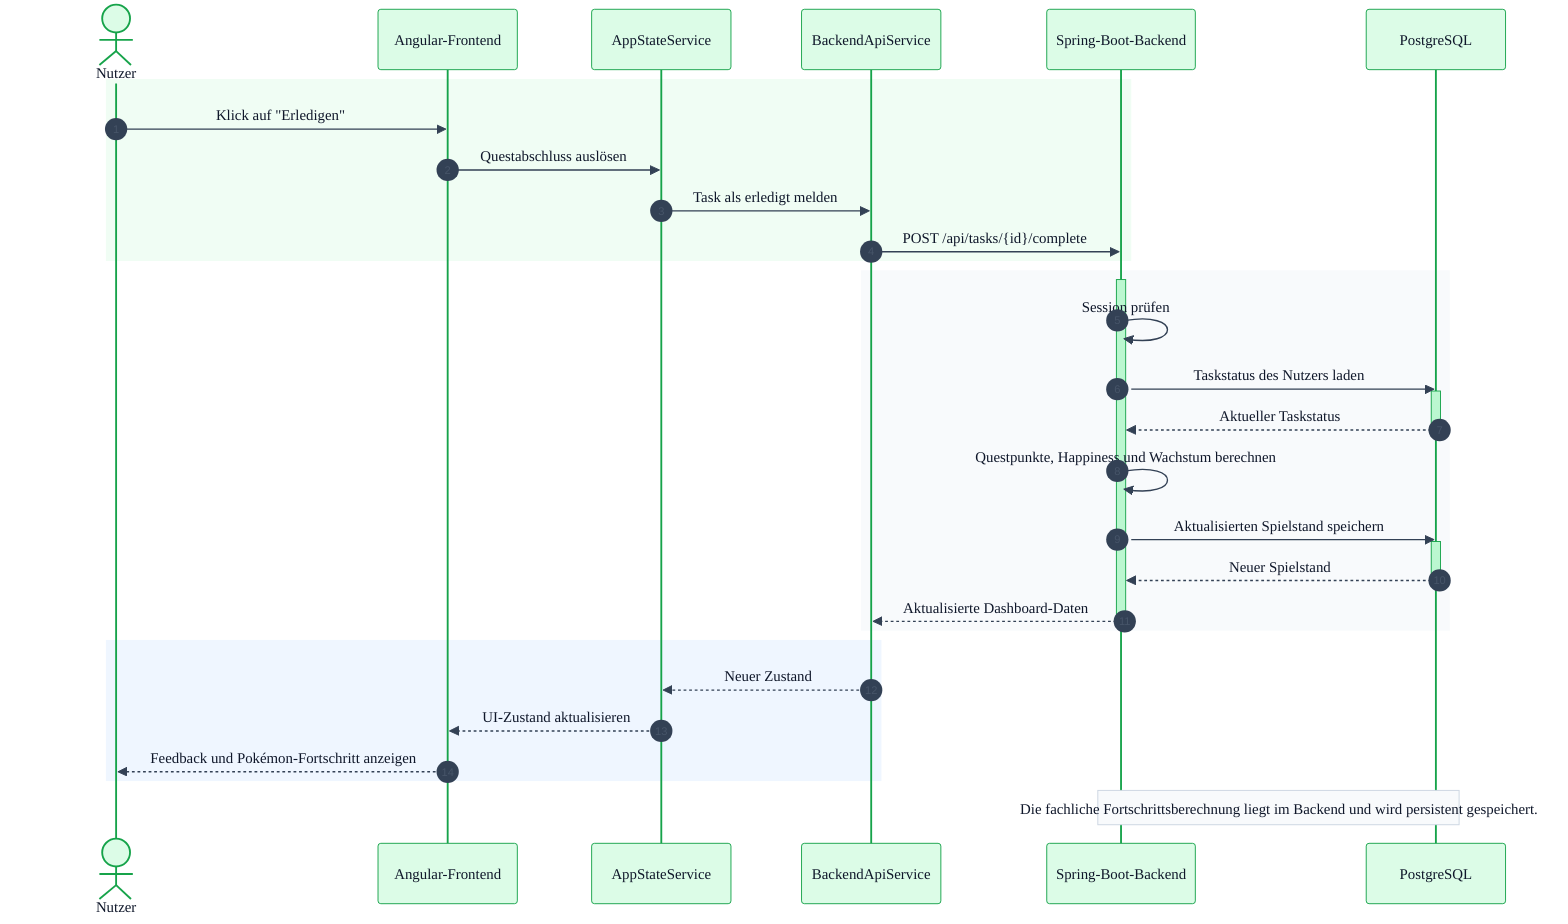
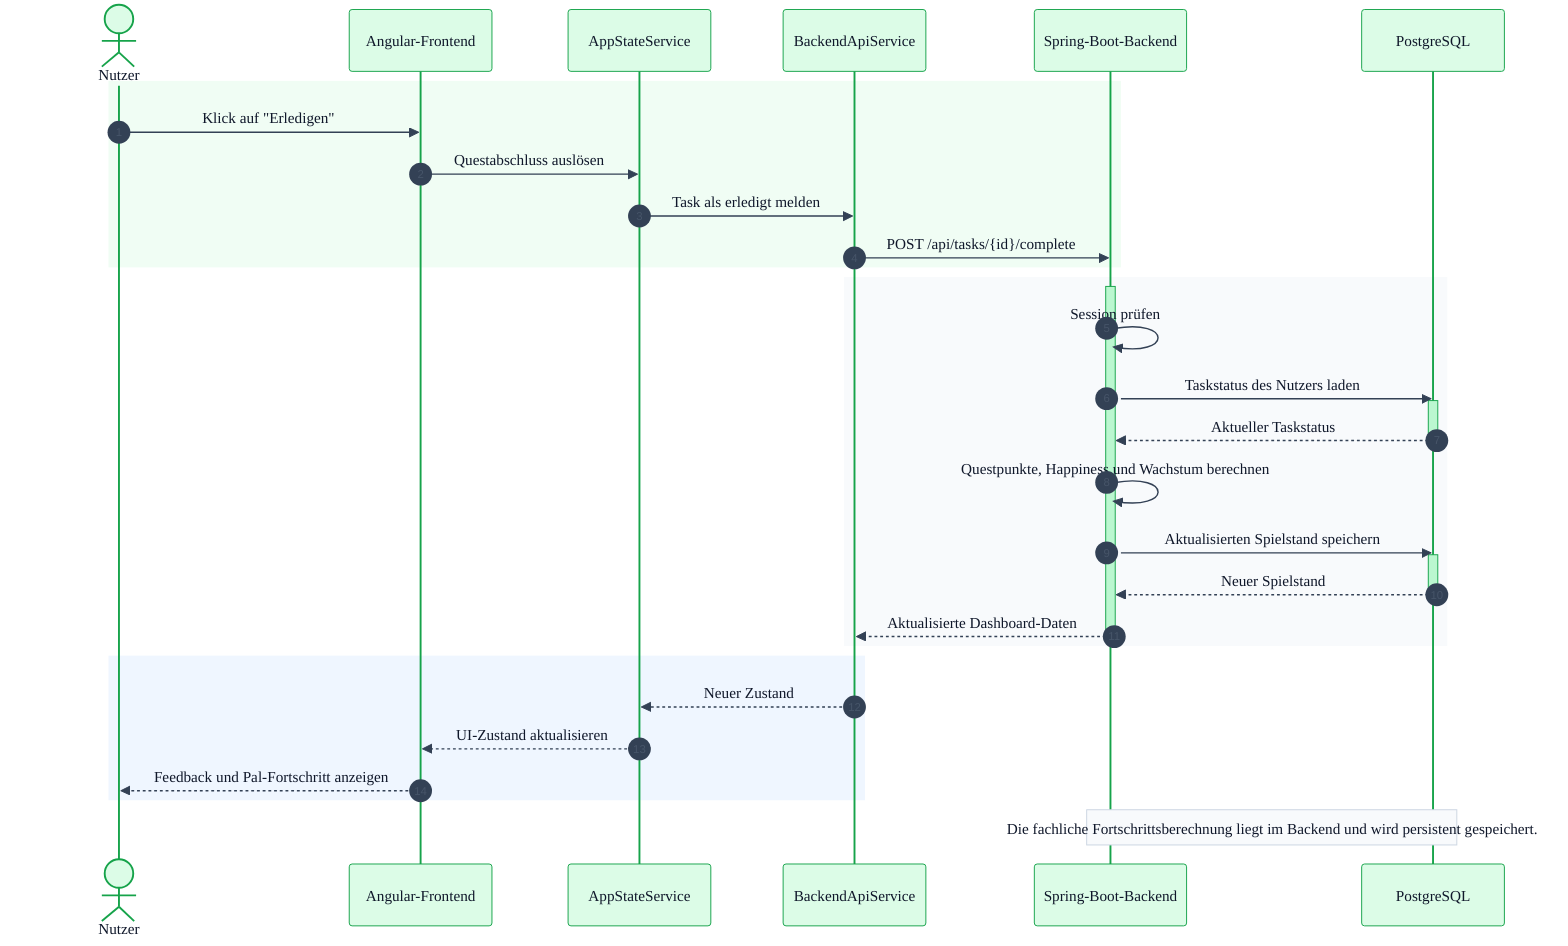
%%{init: {
  "theme": "base",
  "themeVariables": {
    "fontFamily": "Inter, Arial, sans-serif",
    "primaryColor": "#ECFDF5",
    "primaryBorderColor": "#16A34A",
    "primaryTextColor": "#0F172A",
    "actorBorder": "#16A34A",
    "actorBkg": "#DCFCE7",
    "actorTextColor": "#0F172A",
    "activationBorderColor": "#16A34A",
    "activationBkgColor": "#BBF7D0",
    "sequenceNumberColor": "#475569",
    "signalColor": "#334155",
    "signalTextColor": "#0F172A",
    "noteBkgColor": "#F8FAFC",
    "noteBorderColor": "#CBD5E1",
    "noteTextColor": "#0F172A"
  }
}}%%

sequenceDiagram
    autonumber
    actor Nutzer
    participant FE as Angular-Frontend
    participant State as AppStateService
    participant API as BackendApiService
    participant BE as Spring-Boot-Backend
    participant DB as PostgreSQL

    rect rgb(240, 253, 244)
        Nutzer->>FE: Klick auf "Erledigen"
        FE->>State: Questabschluss auslösen
        State->>API: Task als erledigt melden
        API->>BE: POST /api/tasks/{id}/complete
    end

    rect rgb(248, 250, 252)
        activate BE
        BE->>BE: Session prüfen
        BE->>DB: Taskstatus des Nutzers laden
        activate DB
        DB-->>BE: Aktueller Taskstatus
        deactivate DB
        BE->>BE: Questpunkte, Happiness und Wachstum berechnen
        BE->>DB: Aktualisierten Spielstand speichern
        activate DB
        DB-->>BE: Neuer Spielstand
        deactivate DB
        BE-->>API: Aktualisierte Dashboard-Daten
        deactivate BE
    end

    rect rgb(239, 246, 255)
        API-->>State: Neuer Zustand
        State-->>FE: UI-Zustand aktualisieren
-         FE-->>Nutzer: Feedback und Pokémon-Fortschritt anzeigen
+         FE-->>Nutzer: Feedback und Pal-Fortschritt anzeigen
    end

    Note over BE,DB: Die fachliche Fortschrittsberechnung liegt im Backend und wird persistent gespeichert.
